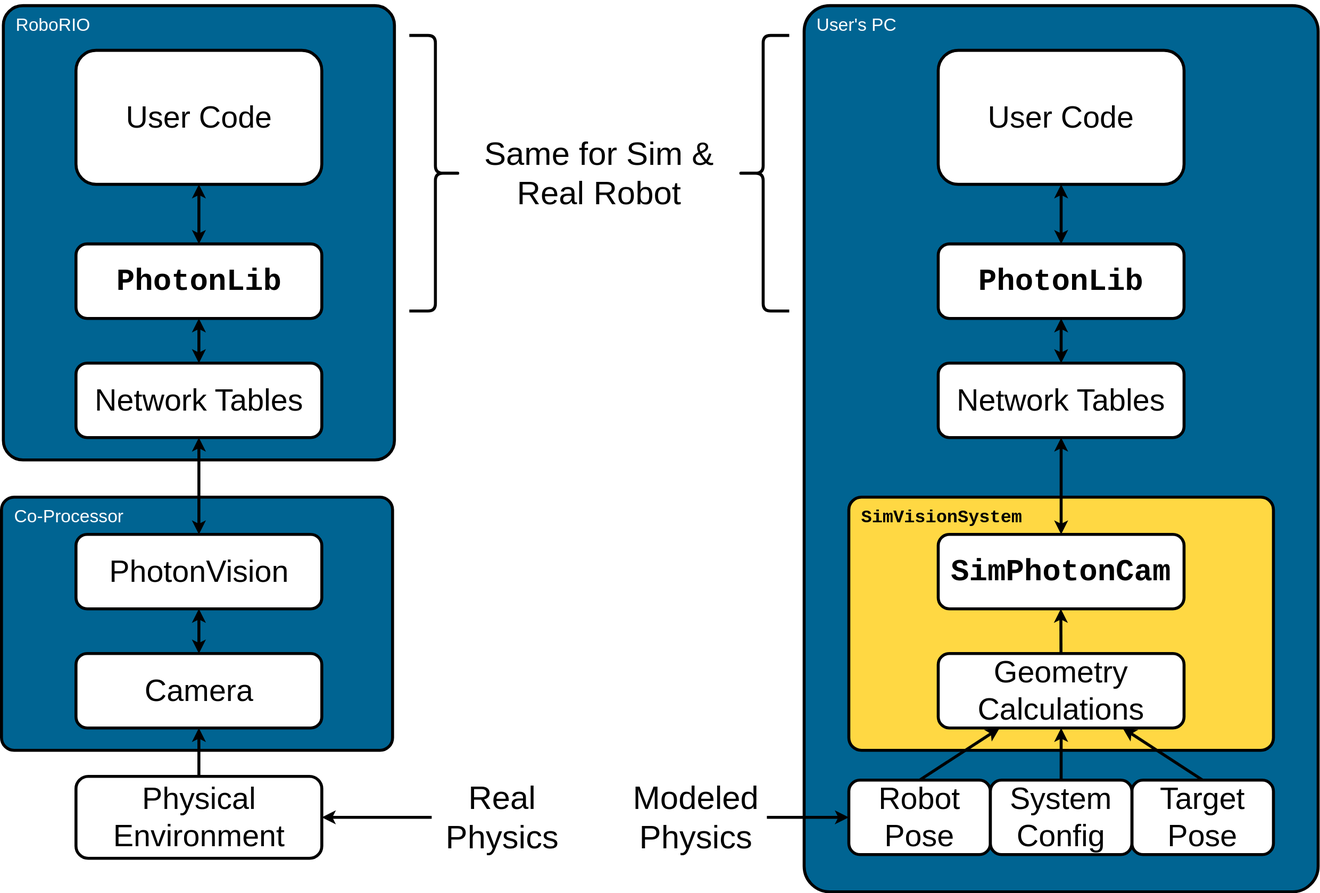
Before: source/docs/programming/photonlib/images/SimArchitecture.svg, a diagram exported from draw.io (PhotonVision/photonvision-docs). Source tidied: cells renumbered, new cells last; positions are measured from the earlier drawing's top-left corner, leaving out a move shared by most shapes.
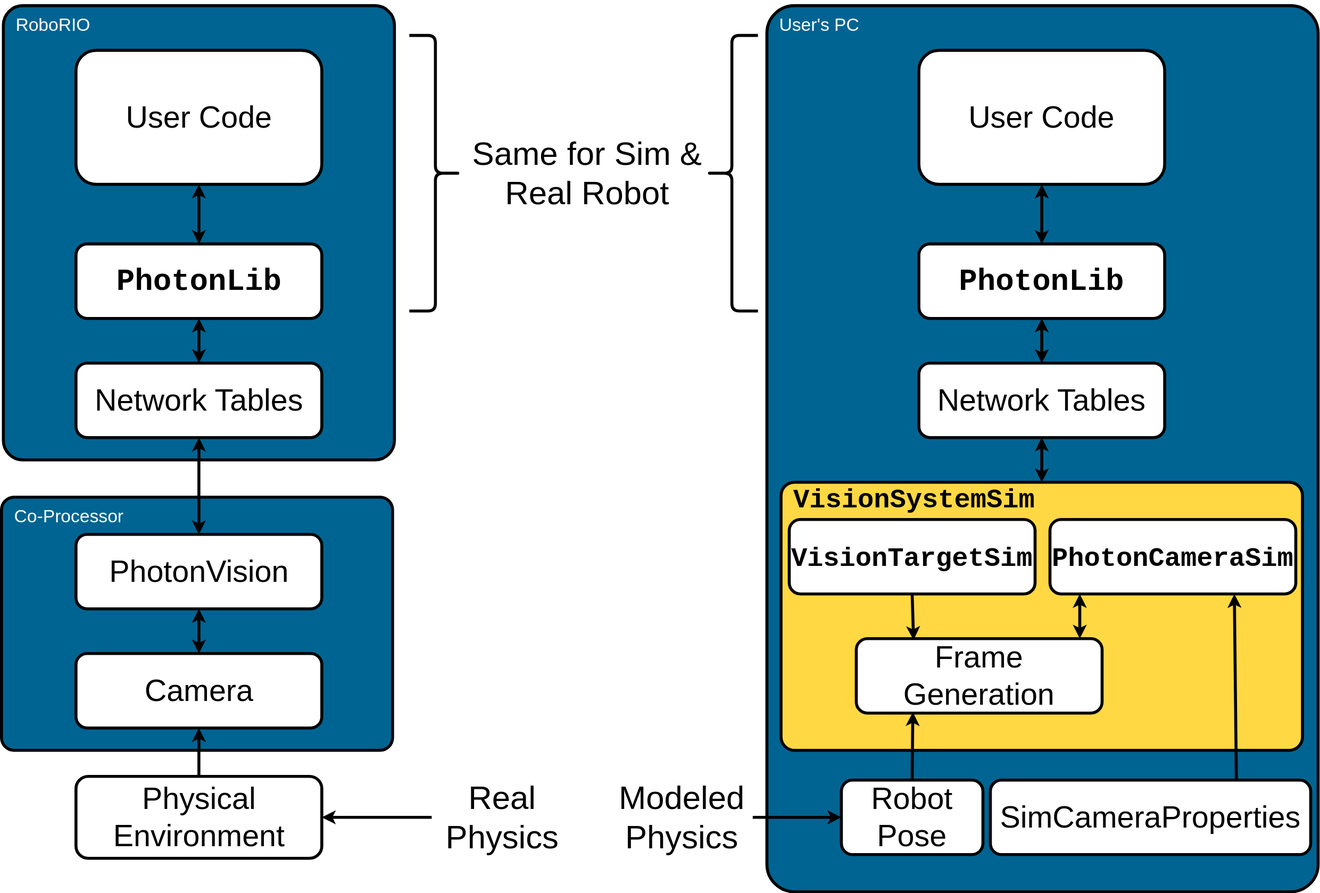
Later version of the same file.

Diff of the diagram source:
```diff
@@ -3,10 +3,13 @@
     <mxCell id="0" />
     <mxCell id="1" parent="0" />
     <mxCell id="2" value="&lt;font style=&quot;font-size: 24px&quot;&gt;User's PC&lt;/font&gt;" style="rounded=1;whiteSpace=wrap;html=1;shadow=0;glass=0;labelBackgroundColor=none;comic=0;sketch=0;strokeWidth=4;fontSize=44;align=left;arcSize=5;labelPosition=center;verticalLabelPosition=middle;verticalAlign=top;spacing=2;spacingLeft=15;spacingTop=-14;fillColor=#006492;fontColor=#FFFFFF;" parent="1" vertex="1">
-      <mxGeometry x="1078" width="690" height="1190" as="geometry" />
+      <mxGeometry x="1028" width="740" height="1190" as="geometry" />
     </mxCell>
+    <mxCell id="39" style="edgeStyle=orthogonalEdgeStyle;rounded=0;jettySize=auto;html=1;" parent="1" edge="1" source="3" target="20">
+      <mxGeometry relative="1" as="geometry" />
+    </mxCell>
-    <mxCell id="3" value="&lt;b&gt;&lt;font style=&quot;font-size: 24px&quot; face=&quot;Courier New&quot;&gt;SimVisionSystem&lt;/font&gt;&lt;/b&gt;" style="rounded=1;whiteSpace=wrap;html=1;shadow=0;glass=0;labelBackgroundColor=none;comic=0;sketch=0;strokeWidth=4;fontSize=44;align=left;arcSize=5;labelPosition=center;verticalLabelPosition=middle;verticalAlign=top;spacing=2;spacingLeft=15;spacingTop=-14;fillColor=#FFD843;" parent="1" vertex="1">
-      <mxGeometry x="1138" y="660" width="570" height="340" as="geometry" />
+    <mxCell id="3" value="&lt;b&gt;&lt;font style=&quot;font-size: 36px;&quot; face=&quot;Courier New&quot;&gt;VisionSystemSim&lt;/font&gt;&lt;/b&gt;" style="rounded=1;whiteSpace=wrap;html=1;shadow=0;glass=0;labelBackgroundColor=none;comic=0;sketch=0;strokeWidth=4;fontSize=44;align=left;arcSize=5;labelPosition=center;verticalLabelPosition=middle;verticalAlign=top;spacing=2;spacingLeft=15;spacingTop=-14;fillColor=#FFD843;" parent="1" vertex="1">
+      <mxGeometry x="1047" y="640" width="700" height="360" as="geometry" />
     </mxCell>
     <mxCell id="4" value="&lt;font style=&quot;font-size: 24px&quot;&gt;Co-Processor&lt;/font&gt;" style="rounded=1;whiteSpace=wrap;html=1;shadow=0;glass=0;labelBackgroundColor=none;comic=0;sketch=0;strokeWidth=4;fontSize=44;align=left;fillColor=#006492;arcSize=5;labelPosition=center;verticalLabelPosition=middle;verticalAlign=top;spacing=2;spacingLeft=15;spacingTop=-14;fontColor=#FFFFFF;" parent="1" vertex="1">
       <mxGeometry x="0.5" y="660" width="525" height="340" as="geometry" />
@@ -32,20 +35,17 @@
     <mxCell id="11" value="Physical Environment" style="rounded=1;whiteSpace=wrap;html=1;shadow=0;glass=0;labelBackgroundColor=none;comic=0;sketch=0;strokeWidth=4;fontSize=41;align=center;" parent="1" vertex="1">
       <mxGeometry x="100.5" y="1035" width="330" height="110" as="geometry" />
     </mxCell>
-    <mxCell id="12" value="&lt;b&gt;&lt;font face=&quot;Courier New&quot;&gt;SimPhotonCam&lt;/font&gt;&lt;/b&gt;" style="rounded=1;whiteSpace=wrap;html=1;shadow=0;glass=0;labelBackgroundColor=none;comic=0;sketch=0;strokeWidth=4;fontSize=41;align=center;" parent="1" vertex="1">
-      <mxGeometry x="1258" y="710" width="330" height="100" as="geometry" />
+    <mxCell id="12" value="&lt;b&gt;&lt;font style=&quot;font-size: 36px;&quot; face=&quot;Courier New&quot;&gt;PhotonCameraSim&lt;/font&gt;&lt;/b&gt;" style="rounded=1;whiteSpace=wrap;html=1;shadow=0;glass=0;labelBackgroundColor=none;comic=0;sketch=0;strokeWidth=4;fontSize=41;align=center;" parent="1" vertex="1">
+      <mxGeometry x="1408" y="690" width="330" height="100" as="geometry" />
     </mxCell>
-    <mxCell id="13" value="Geometry Calculations" style="rounded=1;whiteSpace=wrap;html=1;shadow=0;glass=0;labelBackgroundColor=none;comic=0;sketch=0;strokeWidth=4;fontSize=41;align=center;" parent="1" vertex="1">
-      <mxGeometry x="1258" y="870" width="330" height="100" as="geometry" />
+    <mxCell id="13" value="Frame Generation" style="rounded=1;whiteSpace=wrap;html=1;shadow=0;glass=0;labelBackgroundColor=none;comic=0;sketch=0;strokeWidth=4;fontSize=41;align=center;" parent="1" vertex="1">
+      <mxGeometry x="1148" y="850" width="330" height="100" as="geometry" />
     </mxCell>
     <mxCell id="14" value="Robot Pose" style="rounded=1;whiteSpace=wrap;html=1;shadow=0;glass=0;labelBackgroundColor=none;comic=0;sketch=0;strokeWidth=4;fontSize=41;align=center;" parent="1" vertex="1">
-      <mxGeometry x="1138" y="1040" width="190" height="100" as="geometry" />
+      <mxGeometry x="1128" y="1040" width="190" height="100" as="geometry" />
     </mxCell>
-    <mxCell id="15" value="Target Pose" style="rounded=1;whiteSpace=wrap;html=1;shadow=0;glass=0;labelBackgroundColor=none;comic=0;sketch=0;strokeWidth=4;fontSize=41;align=center;" parent="1" vertex="1">
-      <mxGeometry x="1518" y="1040" width="190" height="100" as="geometry" />
-    </mxCell>
-    <mxCell id="16" value="System Config" style="rounded=1;whiteSpace=wrap;html=1;shadow=0;glass=0;labelBackgroundColor=none;comic=0;sketch=0;strokeWidth=4;fontSize=41;align=center;" parent="1" vertex="1">
-      <mxGeometry x="1328" y="1040" width="190" height="100" as="geometry" />
+    <mxCell id="16" value="SimCameraProperties" style="rounded=1;whiteSpace=wrap;html=1;shadow=0;glass=0;labelBackgroundColor=none;comic=0;sketch=0;strokeWidth=4;fontSize=41;align=center;" parent="1" vertex="1">
+      <mxGeometry x="1328" y="1040" width="430" height="100" as="geometry" />
     </mxCell>
     <mxCell id="17" style="endArrow=classic;startArrow=classic;html=1;fontSize=44;strokeWidth=4;entryX=0.5;entryY=1;entryDx=0;entryDy=0;exitX=0.5;exitY=0;exitDx=0;exitDy=0;" parent="1" edge="1" source="9" target="6">
       <mxGeometry relative="1" as="geometry" />
@@ -57,23 +57,21 @@
       <mxGeometry relative="1" as="geometry" />
     </mxCell>
     <mxCell id="20" value="Network Tables" style="rounded=1;whiteSpace=wrap;html=1;shadow=0;glass=0;labelBackgroundColor=none;comic=0;sketch=0;strokeWidth=4;fontSize=41;align=center;" parent="1" vertex="1">
-      <mxGeometry x="1258" y="480" width="330" height="100" as="geometry" />
+      <mxGeometry x="1232" y="480" width="330" height="100" as="geometry" />
     </mxCell>
     <mxCell id="21" value="&lt;b&gt;&lt;font face=&quot;Courier New&quot;&gt;PhotonLib&lt;/font&gt;&lt;/b&gt;" style="rounded=1;whiteSpace=wrap;html=1;shadow=0;glass=0;labelBackgroundColor=none;comic=0;sketch=0;strokeWidth=4;fontSize=41;align=center;" parent="1" vertex="1">
-      <mxGeometry x="1258" y="320" width="330" height="100" as="geometry" />
+      <mxGeometry x="1232" y="320" width="330" height="100" as="geometry" />
     </mxCell>
     <mxCell id="22" value="User Code" style="rounded=1;whiteSpace=wrap;html=1;shadow=0;glass=0;labelBackgroundColor=none;comic=0;sketch=0;strokeWidth=4;fontSize=41;align=center;" parent="1" vertex="1">
-      <mxGeometry x="1258" y="60" width="330" height="180" as="geometry" />
+      <mxGeometry x="1232" y="60" width="330" height="180" as="geometry" />
     </mxCell>
-    <mxCell id="23" style="endArrow=classic;startArrow=classic;html=1;fontSize=44;strokeWidth=4;entryX=0.5;entryY=1;entryDx=0;entryDy=0;exitX=0.5;exitY=0;exitDx=0;exitDy=0;" parent="1" edge="1" target="20">
-      <mxGeometry relative="1" as="geometry">
-        <mxPoint x="1423" y="710" as="sourcePoint" />
-      </mxGeometry>
+    <mxCell id="23" style="endArrow=classic;startArrow=classic;html=1;fontSize=44;strokeWidth=4;entryX=0.5;entryY=1;entryDx=0;entryDy=0;exitX=0.5;exitY=0;exitDx=0;exitDy=0;" parent="1" edge="1" source="3" target="20">
+      <mxGeometry relative="1" as="geometry" />
     </mxCell>
     <mxCell id="24" style="endArrow=classic;startArrow=classic;html=1;fontSize=44;strokeWidth=4;" parent="1" edge="1">
       <mxGeometry relative="1" as="geometry">
-        <mxPoint x="1423" y="480" as="sourcePoint" />
-        <mxPoint x="1423" y="420" as="targetPoint" />
+        <mxPoint x="1397" y="480" as="sourcePoint" />
+        <mxPoint x="1397" y="420" as="targetPoint" />
       </mxGeometry>
     </mxCell>
     <mxCell id="25" style="endArrow=classic;startArrow=classic;html=1;fontSize=44;strokeWidth=4;entryX=0.5;entryY=1;entryDx=0;entryDy=0;exitX=0.5;exitY=0;exitDx=0;exitDy=0;" parent="1" edge="1" source="21" target="22">
@@ -85,26 +83,14 @@
     <mxCell id="27" style="endArrow=classic;startArrow=none;html=1;fontSize=44;strokeWidth=4;startFill=0;entryX=0.5;entryY=1;entryDx=0;entryDy=0;" parent="1" edge="1" source="11" target="10">
       <mxGeometry relative="1" as="geometry" />
     </mxCell>
-    <mxCell id="28" style="endArrow=classic;startArrow=none;html=1;fontSize=44;strokeWidth=4;startFill=0;entryX=0.25;entryY=1;entryDx=0;entryDy=0;exitX=0.5;exitY=0;exitDx=0;exitDy=0;" parent="1" edge="1" source="14" target="13">
+    <mxCell id="28" style="endArrow=classic;startArrow=none;html=1;fontSize=44;strokeWidth=4;startFill=0;entryX=0.23;entryY=0.986;entryDx=0;entryDy=0;exitX=0.5;exitY=0;exitDx=0;exitDy=0;entryPerimeter=0;" parent="1" edge="1" source="14" target="13">
       <mxGeometry relative="1" as="geometry" />
     </mxCell>
-    <mxCell id="29" style="endArrow=classic;startArrow=none;html=1;fontSize=44;strokeWidth=4;startFill=0;entryX=0.75;entryY=1;entryDx=0;entryDy=0;exitX=0.5;exitY=0;exitDx=0;exitDy=0;" parent="1" edge="1" source="15" target="13">
-      <mxGeometry relative="1" as="geometry" />
-    </mxCell>
-    <mxCell id="30" style="endArrow=classic;startArrow=none;html=1;fontSize=44;strokeWidth=4;startFill=0;entryX=0.5;entryY=1;entryDx=0;entryDy=0;exitX=0.5;exitY=0;exitDx=0;exitDy=0;" parent="1" edge="1" source="16" target="13">
-      <mxGeometry relative="1" as="geometry" />
-    </mxCell>
-    <mxCell id="31" style="endArrow=classic;startArrow=none;html=1;fontSize=44;strokeWidth=4;startFill=0;" parent="1" edge="1">
-      <mxGeometry relative="1" as="geometry">
-        <mxPoint x="1422.8" y="870" as="sourcePoint" />
-        <mxPoint x="1422.6" y="810" as="targetPoint" />
-      </mxGeometry>
-    </mxCell>
     <mxCell id="32" value="Same for Sim &amp;amp; Real Robot" style="text;html=1;strokeColor=none;fillColor=none;align=center;verticalAlign=middle;whiteSpace=wrap;rounded=0;shadow=0;glass=0;labelBackgroundColor=none;comic=0;sketch=0;fontSize=44;" parent="1" vertex="1">
-      <mxGeometry x="618" y="140" width="370" height="170" as="geometry" />
+      <mxGeometry x="602" y="140" width="370" height="170" as="geometry" />
     </mxCell>
     <mxCell id="33" value="Modeled Physics" style="text;html=1;strokeColor=none;fillColor=none;align=center;verticalAlign=middle;whiteSpace=wrap;rounded=0;shadow=0;glass=0;labelBackgroundColor=none;comic=0;sketch=0;fontSize=44;" parent="1" vertex="1">
-      <mxGeometry x="838" y="1005" width="190" height="170" as="geometry" />
+      <mxGeometry x="819" y="1005" width="190" height="170" as="geometry" />
     </mxCell>
     <mxCell id="34" value="Real Physics" style="text;html=1;strokeColor=none;fillColor=none;align=center;verticalAlign=middle;whiteSpace=wrap;rounded=0;shadow=0;glass=0;labelBackgroundColor=none;comic=0;sketch=0;fontSize=44;" parent="1" vertex="1">
       <mxGeometry x="578" y="1005" width="190" height="170" as="geometry" />
@@ -116,10 +102,25 @@
       <mxGeometry relative="1" as="geometry" />
     </mxCell>
     <mxCell id="37" style="shape=curlyBracket;whiteSpace=wrap;html=1;rounded=1;shadow=0;glass=0;labelBackgroundColor=none;comic=0;sketch=0;strokeWidth=4;fillColor=#FFFF99;fontSize=44;align=left;" parent="1" vertex="1">
-      <mxGeometry x="988" y="40" width="70" height="370" as="geometry" />
+      <mxGeometry x="946" y="40" width="70" height="370" as="geometry" />
     </mxCell>
     <mxCell id="38" style="shape=curlyBracket;whiteSpace=wrap;html=1;rounded=1;shadow=0;glass=0;labelBackgroundColor=none;comic=0;sketch=0;strokeWidth=4;fillColor=#FFFF99;fontSize=44;align=left;rotation=-180;" parent="1" vertex="1">
       <mxGeometry x="548" y="40" width="70" height="370" as="geometry" />
     </mxCell>
+    <mxCell id="40" value="&lt;font style=&quot;font-size: 36px;&quot; face=&quot;Courier New&quot;&gt;&lt;b&gt;VisionTargetSim&lt;/b&gt;&lt;/font&gt;" style="rounded=1;whiteSpace=wrap;html=1;shadow=0;glass=0;labelBackgroundColor=none;comic=0;sketch=0;strokeWidth=4;fontSize=41;align=center;" parent="1" vertex="1">
+      <mxGeometry x="1058" y="690" width="330" height="100" as="geometry" />
+    </mxCell>
+    <mxCell id="41" style="endArrow=classic;startArrow=none;html=1;fontSize=44;strokeWidth=4;startFill=0;entryX=0.75;entryY=1;entryDx=0;entryDy=0;exitX=0.768;exitY=-0.003;exitDx=0;exitDy=0;exitPerimeter=0;" parent="1" edge="1" source="16" target="12">
+      <mxGeometry relative="1" as="geometry" />
+    </mxCell>
+    <mxCell id="42" style="endArrow=classic;html=1;strokeWidth=4;fontSize=44;exitX=0.5;exitY=1;exitDx=0;exitDy=0;entryX=0.233;entryY=0.02;entryDx=0;entryDy=0;entryPerimeter=0;" parent="1" edge="1" source="40" target="13">
+      <mxGeometry relative="1" as="geometry" />
+    </mxCell>
+    <mxCell id="43" style="endArrow=classic;startArrow=classic;html=1;fontSize=44;strokeWidth=4;entryX=0.5;entryY=1;entryDx=0;entryDy=0;exitX=0.5;exitY=0;exitDx=0;exitDy=0;" parent="1" edge="1">
+      <mxGeometry relative="1" as="geometry">
+        <mxPoint x="1448" y="850" as="sourcePoint" />
+        <mxPoint x="1448" y="790" as="targetPoint" />
+      </mxGeometry>
+    </mxCell>
   </root>
 </mxGraphModel>
```
